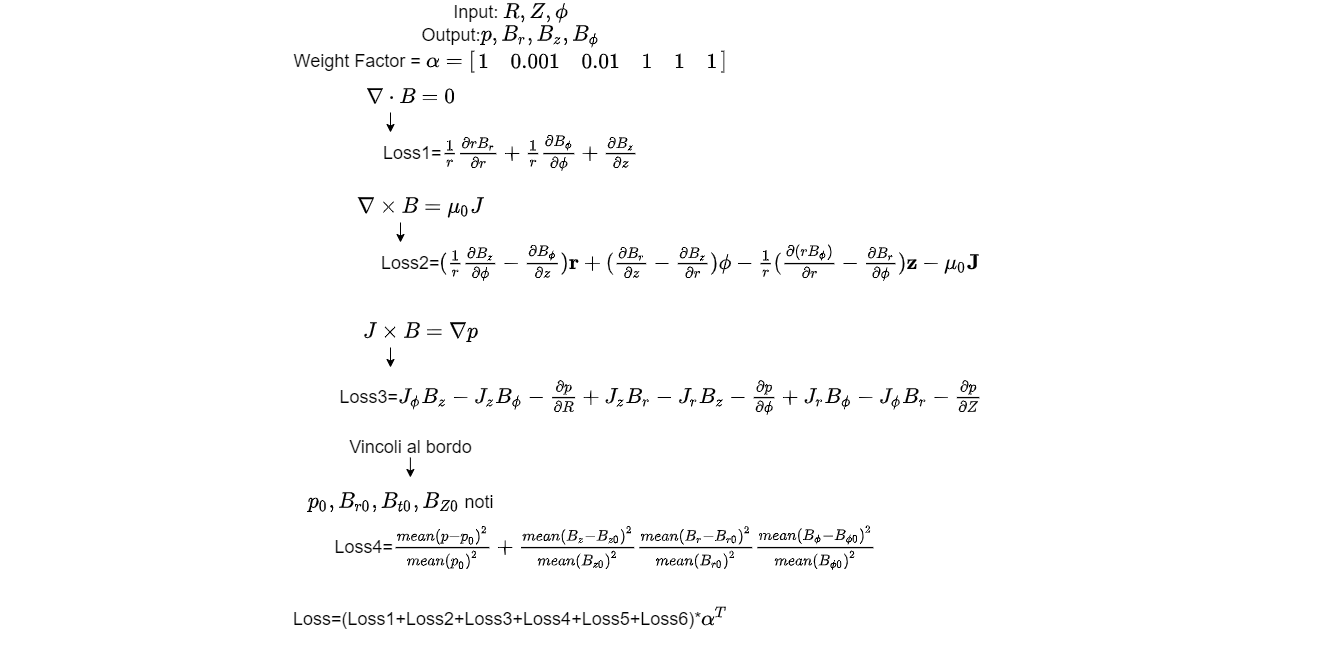
Above: Secondo Anno/TDRFT/Materiale Tesina/Tesina/Images/LossFunction.drawio.png in redsIng/AutIng (draw.io), before the change. Source tidied: cells renumbered, new cells last; positions are measured from the earlier drawing's top-left corner, leaving out a move shared by most shapes.
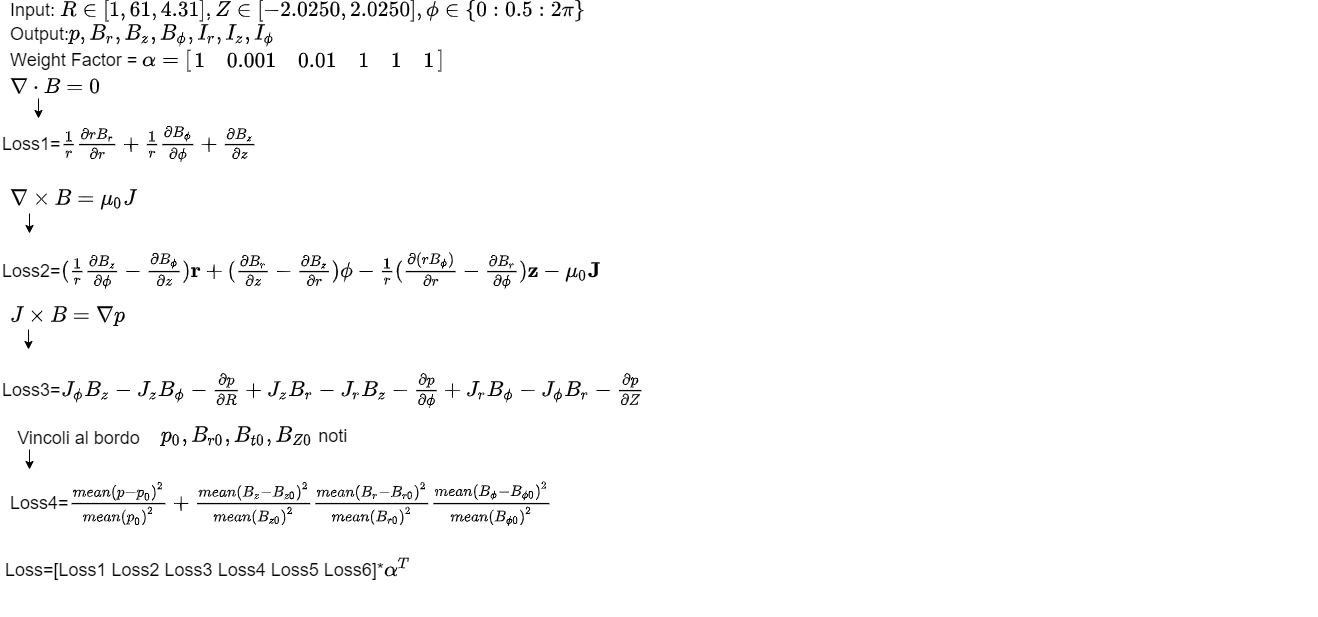
Above is the later version.

Diff of the diagram source:
```diff
@@ -2,62 +2,62 @@
   <root>
     <mxCell id="0" />
     <mxCell id="1" parent="0" />
-    <mxCell id="2" value="&lt;font style=&quot;font-size: 18px;&quot;&gt;Loss1=\(\frac{1}{r}\frac{\partial r B_{r}}{\partial r}+\frac{1}{r}\frac{\partial B_{\phi}}{\partial \phi}+\frac{\partial B_{z}}{\partial z}\)&lt;/font&gt;" style="text;html=1;align=center;verticalAlign=middle;strokeColor=none;fillColor=none;" parent="1" vertex="1">
-      <mxGeometry x="10" y="140" width="1000" height="20" as="geometry" />
+    <mxCell id="2" value="&lt;font style=&quot;font-size: 18px&quot;&gt;Loss1=\(\frac{1}{r}\frac{\partial r B_{r}}{\partial r}+\frac{1}{r}\frac{\partial B_{\phi}}{\partial \phi}+\frac{\partial B_{z}}{\partial z}\)&lt;/font&gt;" style="text;html=1;align=left;verticalAlign=middle;strokeColor=none;fillColor=none;" parent="1" vertex="1">
+      <mxGeometry x="-871" y="40" width="994" height="20" as="geometry" />
     </mxCell>
-    <mxCell id="3" value="\(\nabla\cdot B=0\)" style="text;html=1;align=center;verticalAlign=middle;strokeColor=none;fillColor=none;fontSize=18;" parent="1" vertex="1">
-      <mxGeometry x="330" y="80" width="160" height="30" as="geometry" />
+    <mxCell id="3" value="\(\nabla\cdot B=0\)" style="text;html=1;align=left;verticalAlign=middle;strokeColor=none;fillColor=none;fontSize=18;" parent="1" vertex="1">
+      <mxGeometry x="-863" y="-19" width="157" height="26" as="geometry" />
     </mxCell>
-    <mxCell id="4" value="\(\nabla\times B=\mu_{0}J\)" style="text;html=1;align=center;verticalAlign=middle;strokeColor=none;fillColor=none;fontSize=18;" parent="1" vertex="1">
-      <mxGeometry x="305" y="190" width="230" height="30" as="geometry" />
+    <mxCell id="4" value="\(\nabla\times B=\mu_{0}J\)" style="text;html=1;align=left;verticalAlign=middle;strokeColor=none;fillColor=none;fontSize=18;" parent="1" vertex="1">
+      <mxGeometry x="-863" y="93" width="227" height="26" as="geometry" />
     </mxCell>
     <mxCell id="5" style="endArrow=classic;html=1;rounded=0;fontSize=18;labelBorderColor=default;labelBackgroundColor=#000000;fillColor=#000000;" parent="1" edge="1">
       <mxGeometry relative="1" as="geometry">
-        <mxPoint x="400" y="220" as="sourcePoint" />
-        <mxPoint x="400" y="240" as="targetPoint" />
+        <mxPoint x="-842" y="120" as="sourcePoint" />
+        <mxPoint x="-842" y="140" as="targetPoint" />
       </mxGeometry>
     </mxCell>
-    <mxCell id="6" value="Loss2=\((\frac{1}{r}\frac{\partial B_{z}}{\partial \phi}-\frac{\partial B_{\phi}}{\partial z})\mathbf{r}+(\frac{\partial B_{r}}{\partial z}-\frac{\partial B_{z}}{\partial r&lt;br&gt;})\mathbf{\phi}-\frac{1}{r}(\frac{\partial (rB_{\phi})}{\partial r&lt;br&gt;}-\frac{\partial B_{r}&lt;br&gt;}{\partial \phi&lt;br&gt;})\mathbf{z}-\mu_{0}\mathbf{J}&lt;br&gt;\)" style="text;html=1;align=center;verticalAlign=middle;strokeColor=none;fillColor=none;fontSize=18;" parent="1" vertex="1">
-      <mxGeometry x="70" y="190" width="1220" height="140" as="geometry" />
+    <mxCell id="6" value="Loss2=\((\frac{1}{r}\frac{\partial B_{z}}{\partial \phi}-\frac{\partial B_{\phi}}{\partial z})\mathbf{r}+(\frac{\partial B_{r}}{\partial z}-\frac{\partial B_{z}}{\partial r&lt;br&gt;})\mathbf{\phi}-\frac{1}{r}(\frac{\partial (rB_{\phi})}{\partial r&lt;br&gt;}-\frac{\partial B_{r}&lt;br&gt;}{\partial \phi&lt;br&gt;})\mathbf{z}-\mu_{0}\mathbf{J}&lt;br&gt;\)" style="text;html=1;align=left;verticalAlign=middle;strokeColor=none;fillColor=none;fontSize=18;" parent="1" vertex="1">
+      <mxGeometry x="-871" y="109" width="1218" height="136" as="geometry" />
     </mxCell>
     <mxCell id="7" style="endArrow=classic;html=1;rounded=0;fontSize=18;labelBorderColor=default;labelBackgroundColor=#000000;fillColor=#000000;" parent="1" edge="1">
       <mxGeometry relative="1" as="geometry">
-        <mxPoint x="390" y="110" as="sourcePoint" />
-        <mxPoint x="390" y="130" as="targetPoint" />
+        <mxPoint x="-833" y="5" as="sourcePoint" />
+        <mxPoint x="-833" y="25" as="targetPoint" />
       </mxGeometry>
     </mxCell>
-    <mxCell id="8" value="\(J\times B=\nabla p\)" style="text;html=1;align=center;verticalAlign=middle;strokeColor=none;fillColor=none;fontSize=18;" parent="1" vertex="1">
-      <mxGeometry x="325" y="315" width="190" height="30" as="geometry" />
+    <mxCell id="8" value="\(J\times B=\nabla p\)" style="text;html=1;align=left;verticalAlign=middle;strokeColor=none;fillColor=none;fontSize=18;" parent="1" vertex="1">
+      <mxGeometry x="-863" y="210" width="181" height="26" as="geometry" />
     </mxCell>
     <mxCell id="9" style="endArrow=classic;html=1;rounded=0;fontSize=18;labelBorderColor=default;labelBackgroundColor=#000000;fillColor=#000000;" parent="1" edge="1">
       <mxGeometry relative="1" as="geometry">
-        <mxPoint x="390" y="345" as="sourcePoint" />
-        <mxPoint x="390" y="365" as="targetPoint" />
+        <mxPoint x="-843" y="236" as="sourcePoint" />
+        <mxPoint x="-843" y="256" as="targetPoint" />
       </mxGeometry>
     </mxCell>
-    <mxCell id="10" value="Loss3=\(J_{\phi}B_{z}-J_{z}B_{\phi}-\frac{\partial p}{\partial R}+J_{z}B_{r}-J_{r}B_{z}-\frac{\partial p}{\partial \phi}+J_{r}B_{\phi}-J_{\phi}B_{r}-\frac{\partial p}{\partial Z}&lt;br&gt;\)" style="text;html=1;align=center;verticalAlign=middle;strokeColor=none;fillColor=none;fontSize=18;" parent="1" vertex="1">
-      <mxGeometry y="370" width="1320" height="50" as="geometry" />
+    <mxCell id="10" value="Loss3=\(J_{\phi}B_{z}-J_{z}B_{\phi}-\frac{\partial p}{\partial R}+J_{z}B_{r}-J_{r}B_{z}-\frac{\partial p}{\partial \phi}+J_{r}B_{\phi}-J_{\phi}B_{r}-\frac{\partial p}{\partial Z}&lt;br&gt;\)" style="text;html=1;align=left;verticalAlign=middle;strokeColor=none;fillColor=none;fontSize=18;" parent="1" vertex="1">
+      <mxGeometry x="-871" y="273" width="1317" height="48" as="geometry" />
     </mxCell>
     <mxCell id="11" value="Vincoli al bordo" style="text;html=1;align=center;verticalAlign=middle;strokeColor=none;fillColor=none;fontSize=18;" parent="1" vertex="1">
-      <mxGeometry x="340" y="430" width="140" height="30" as="geometry" />
+      <mxGeometry x="-863" y="330" width="140" height="30" as="geometry" />
     </mxCell>
     <mxCell id="12" style="endArrow=classic;html=1;rounded=0;fontSize=18;labelBorderColor=default;labelBackgroundColor=#000000;fillColor=#000000;" parent="1" edge="1">
       <mxGeometry relative="1" as="geometry">
-        <mxPoint x="409.9" y="455" as="sourcePoint" />
-        <mxPoint x="409.9" y="475" as="targetPoint" />
+        <mxPoint x="-842" y="356" as="sourcePoint" />
+        <mxPoint x="-842" y="376" as="targetPoint" />
       </mxGeometry>
     </mxCell>
-    <mxCell id="13" value="\(p_{0},B_{r0},B_{t0},B_{Z0}\) noti&lt;br&gt;" style="text;html=1;align=center;verticalAlign=middle;strokeColor=none;fillColor=none;fontSize=18;" parent="1" vertex="1">
-      <mxGeometry x="260" y="485" width="280" height="30" as="geometry" />
+    <mxCell id="13" value="&lt;div&gt;&lt;span&gt;\(p_{0},B_{r0},B_{t0},B_{Z0}\) noti&lt;/span&gt;&lt;/div&gt;" style="text;html=1;align=left;verticalAlign=middle;strokeColor=none;fillColor=none;fontSize=18;" parent="1" vertex="1">
+      <mxGeometry x="-712" y="330" width="277" height="26" as="geometry" />
     </mxCell>
-    <mxCell id="14" value="Input: \(R,Z,\phi\)&lt;br&gt;Output:\(p,B_{r},B_{z},B_{\phi}\)&lt;br&gt;Weight Factor = \(\alpha=\begin{bmatrix}1&amp;amp;0.001&amp;amp;0.01&amp;amp;1&amp;amp;1&amp;amp;1\end{bmatrix}\)" style="text;html=1;align=center;verticalAlign=middle;strokeColor=none;fillColor=none;fontSize=18;" parent="1" vertex="1">
-      <mxGeometry x="190" width="640" height="70" as="geometry" />
+    <mxCell id="14" value="Input: \(R\in[1,61,4.31],Z\in[-2.0250, 2.0250],\phi\in\{0:0.5:2\pi\}\)&lt;br&gt;Output:\(p,B_{r},B_{z},B_{\phi},I_{r},I_{z},I_{\phi}\)&lt;br&gt;Weight Factor = \(\alpha=\begin{bmatrix}1&amp;amp;0.001&amp;amp;0.01&amp;amp;1&amp;amp;1&amp;amp;1\end{bmatrix}\)" style="text;html=1;align=left;verticalAlign=middle;strokeColor=none;fillColor=none;fontSize=18;" parent="1" vertex="1">
+      <mxGeometry x="-863" y="-93" width="630" height="70" as="geometry" />
     </mxCell>
-    <mxCell id="15" value="Loss4=\(\frac{mean(p-p_{0})^2&lt;br&gt;}{mean(p_{0})^2&lt;br&gt;}+\frac{mean(B_{z}-B_{z0})^2&lt;br&gt;}{mean(B_{z0})^2&lt;br&gt;}\frac{mean(B_{r}-B_{r0})^2&lt;br&gt;}{mean(B_{r0})^2&lt;br&gt;}\frac{mean(B_{\phi}-B_{\phi 0})^2&lt;br&gt;}{mean(B_{\phi 0})^2&lt;br&gt;}&lt;br&gt;\)" style="text;html=1;align=center;verticalAlign=middle;strokeColor=none;fillColor=none;fontSize=18;" parent="1" vertex="1">
-      <mxGeometry x="460" y="430" width="290" height="230" as="geometry" />
+    <mxCell id="15" value="Loss4=\(\frac{mean(p-p_{0})^2&lt;br&gt;}{mean(p_{0})^2&lt;br&gt;}+\frac{mean(B_{z}-B_{z0})^2&lt;br&gt;}{mean(B_{z0})^2&lt;br&gt;}\frac{mean(B_{r}-B_{r0})^2&lt;br&gt;}{mean(B_{r0})^2&lt;br&gt;}\frac{mean(B_{\phi}-B_{\phi 0})^2&lt;br&gt;}{mean(B_{\phi 0})^2&lt;br&gt;}&lt;br&gt;\)" style="text;html=1;align=left;verticalAlign=middle;strokeColor=none;fillColor=none;fontSize=18;" parent="1" vertex="1">
+      <mxGeometry x="-863" y="298" width="279" height="224" as="geometry" />
     </mxCell>
-    <mxCell id="16" value="Loss=(Loss1+Loss2+Loss3+Loss4+Loss5+Loss6)*\(\alpha^{T}\)" style="text;html=1;align=center;verticalAlign=middle;strokeColor=none;fillColor=none;fontSize=18;" parent="1" vertex="1">
-      <mxGeometry x="245" y="600" width="530" height="30" as="geometry" />
+    <mxCell id="16" value="Loss=[Loss1 Loss2 Loss3 Loss4 Loss5 Loss6]*\(\alpha^{T}\)" style="text;html=1;align=left;verticalAlign=middle;strokeColor=none;fillColor=none;fontSize=18;" parent="1" vertex="1">
+      <mxGeometry x="-868" y="462" width="491" height="26" as="geometry" />
     </mxCell>
   </root>
 </mxGraphModel>
```
